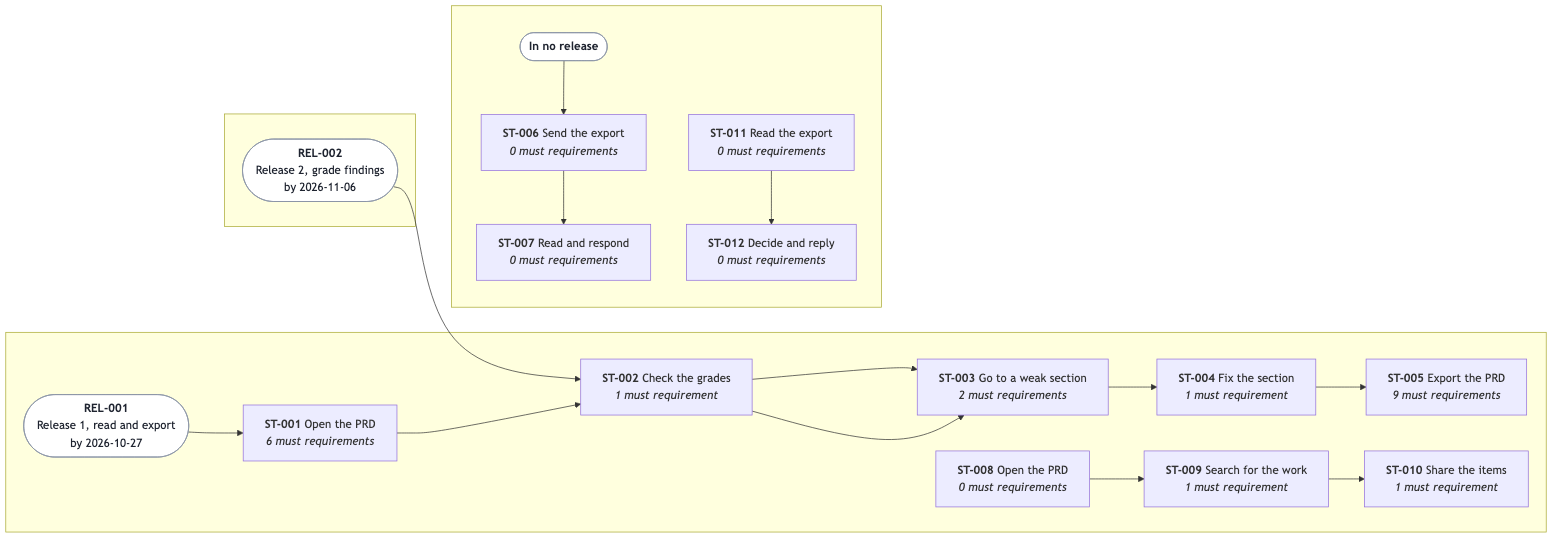
The Mermaid diagram docs/prd/prd-forge-viewer/diagrams/release-line.png in SpillwaveSolutions/prd-forge-viewer, before a commit. Its source is kept beside it as docs/prd/prd-forge-viewer/diagrams/release-line.mmd. Its diagram source:
```mermaid
%%{init: {"flowchart": {"wrappingWidth": 220}}}%%
flowchart LR
  subgraph REL001[" "]
    direction TB
    REL001head(["<b>REL-001</b><br/>Release 1, read and export<br/>by 2026-10-27"])
    REL001head --> ST001
    ST001["<b>ST-001</b> Open the PRD<br/><i>6 must requirements</i>"]
    ST002["<b>ST-002</b> Check the grades<br/><i>1 must requirement</i>"]
    ST003["<b>ST-003</b> Go to a weak section<br/><i>2 must requirements</i>"]
    ST004["<b>ST-004</b> Fix the section<br/><i>1 must requirement</i>"]
    ST005["<b>ST-005</b> Export the PRD<br/><i>9 must requirements</i>"]
    ST008["<b>ST-008</b> Open the PRD<br/><i>0 must requirements</i>"]
    ST009["<b>ST-009</b> Search for the work<br/><i>1 must requirement</i>"]
    ST010["<b>ST-010</b> Share the items<br/><i>1 must requirement</i>"]
    ST001 --> ST002
    ST002 --> ST003
    ST003 --> ST004
    ST004 --> ST005
    ST008 --> ST009
    ST009 --> ST010
  end
  subgraph REL002[" "]
    direction TB
    REL002head(["<b>REL-002</b><br/>Release 2, grade findings<br/>by 2026-11-06"])
    REL002head --> ST002
    ST002["<b>ST-002</b> Check the grades<br/><i>1 must requirement</i>"]
    ST003["<b>ST-003</b> Go to a weak section<br/><i>2 must requirements</i>"]
    ST002 --> ST003
  end
  subgraph unplanned[" "]
    direction TB
    unplannedhead(["<b>In no release</b>"])
    unplannedhead --> ST006
    ST006["<b>ST-006</b> Send the export<br/><i>0 must requirements</i>"]
    ST007["<b>ST-007</b> Read and respond<br/><i>0 must requirements</i>"]
    ST011["<b>ST-011</b> Read the export<br/><i>0 must requirements</i>"]
    ST012["<b>ST-012</b> Decide and reply<br/><i>0 must requirements</i>"]
    ST006 --> ST007
    ST011 --> ST012
  end
  REL001 ~~~ REL002
  REL002 ~~~ unplanned
  classDef head fill:#FFFFFF,stroke:#8A94A6,color:#1F2430
  class REL001head,REL002head,unplannedhead head
```
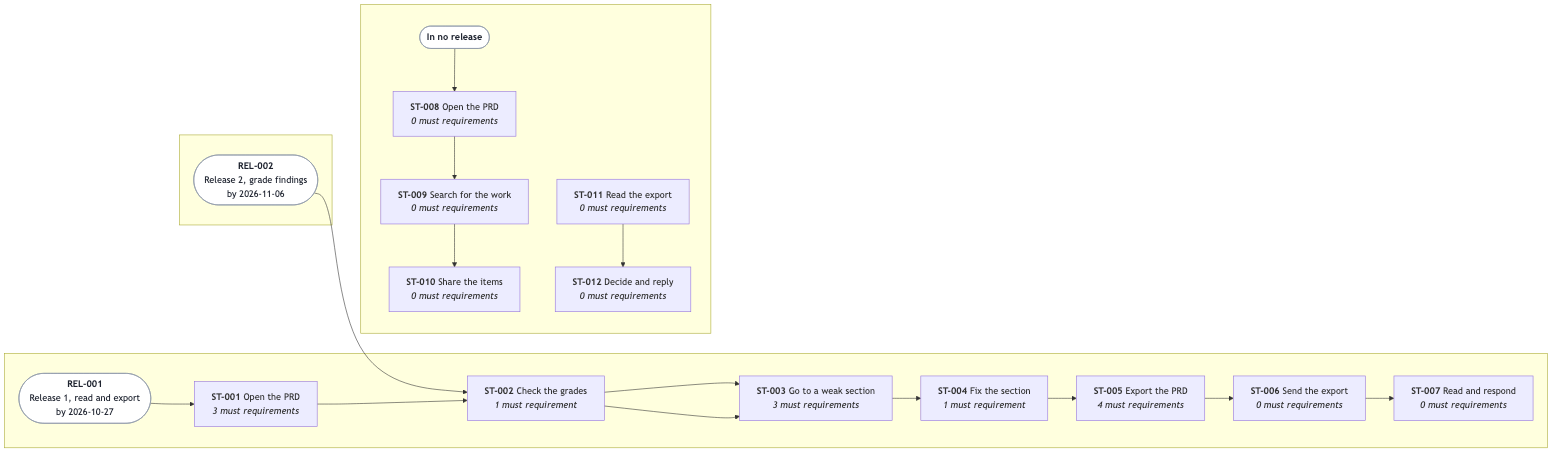
After the commit.

Change to the diagram source:
```diff
@@ -4,38 +4,39 @@
     direction TB
     REL001head(["<b>REL-001</b><br/>Release 1, read and export<br/>by 2026-10-27"])
     REL001head --> ST001
-    ST001["<b>ST-001</b> Open the PRD<br/><i>6 must requirements</i>"]
+    ST001["<b>ST-001</b> Open the PRD<br/><i>3 must requirements</i>"]
     ST002["<b>ST-002</b> Check the grades<br/><i>1 must requirement</i>"]
-    ST003["<b>ST-003</b> Go to a weak section<br/><i>2 must requirements</i>"]
+    ST003["<b>ST-003</b> Go to a weak section<br/><i>3 must requirements</i>"]
     ST004["<b>ST-004</b> Fix the section<br/><i>1 must requirement</i>"]
-    ST005["<b>ST-005</b> Export the PRD<br/><i>9 must requirements</i>"]
-    ST008["<b>ST-008</b> Open the PRD<br/><i>0 must requirements</i>"]
-    ST009["<b>ST-009</b> Search for the work<br/><i>1 must requirement</i>"]
-    ST010["<b>ST-010</b> Share the items<br/><i>1 must requirement</i>"]
+    ST005["<b>ST-005</b> Export the PRD<br/><i>4 must requirements</i>"]
+    ST006["<b>ST-006</b> Send the export<br/><i>0 must requirements</i>"]
+    ST007["<b>ST-007</b> Read and respond<br/><i>0 must requirements</i>"]
     ST001 --> ST002
     ST002 --> ST003
     ST003 --> ST004
     ST004 --> ST005
-    ST008 --> ST009
-    ST009 --> ST010
+    ST005 --> ST006
+    ST006 --> ST007
   end
   subgraph REL002[" "]
     direction TB
     REL002head(["<b>REL-002</b><br/>Release 2, grade findings<br/>by 2026-11-06"])
     REL002head --> ST002
     ST002["<b>ST-002</b> Check the grades<br/><i>1 must requirement</i>"]
-    ST003["<b>ST-003</b> Go to a weak section<br/><i>2 must requirements</i>"]
+    ST003["<b>ST-003</b> Go to a weak section<br/><i>3 must requirements</i>"]
     ST002 --> ST003
   end
   subgraph unplanned[" "]
     direction TB
     unplannedhead(["<b>In no release</b>"])
-    unplannedhead --> ST006
-    ST006["<b>ST-006</b> Send the export<br/><i>0 must requirements</i>"]
-    ST007["<b>ST-007</b> Read and respond<br/><i>0 must requirements</i>"]
+    unplannedhead --> ST008
+    ST008["<b>ST-008</b> Open the PRD<br/><i>0 must requirements</i>"]
+    ST009["<b>ST-009</b> Search for the work<br/><i>0 must requirements</i>"]
+    ST010["<b>ST-010</b> Share the items<br/><i>0 must requirements</i>"]
     ST011["<b>ST-011</b> Read the export<br/><i>0 must requirements</i>"]
     ST012["<b>ST-012</b> Decide and reply<br/><i>0 must requirements</i>"]
-    ST006 --> ST007
+    ST008 --> ST009
+    ST009 --> ST010
     ST011 --> ST012
   end
   REL001 ~~~ REL002
```
